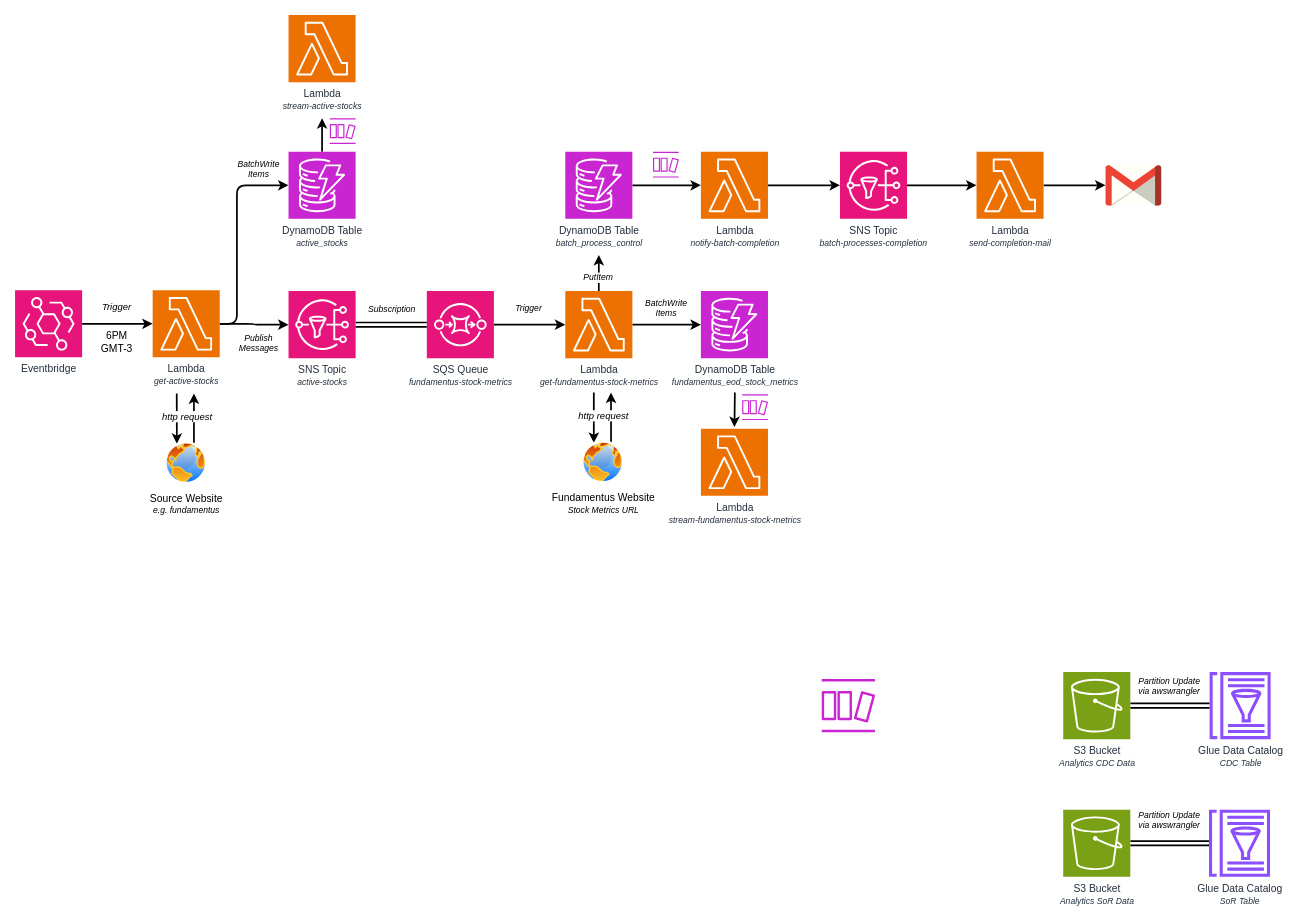
This is page "v2-clean" (2 of 3) of docs/architecture/architecture.drawio from ThiagoPanini/b3stocks, a draw.io file, before an edit. Source tidied: cells renumbered, new cells numbered last; positions are measured from the earlier drawing's top-left corner, leaving out a move shared by most shapes. Both pictures are drawn from the tidied source at 86%, with x=0, y=0 at pixel (15, 15).
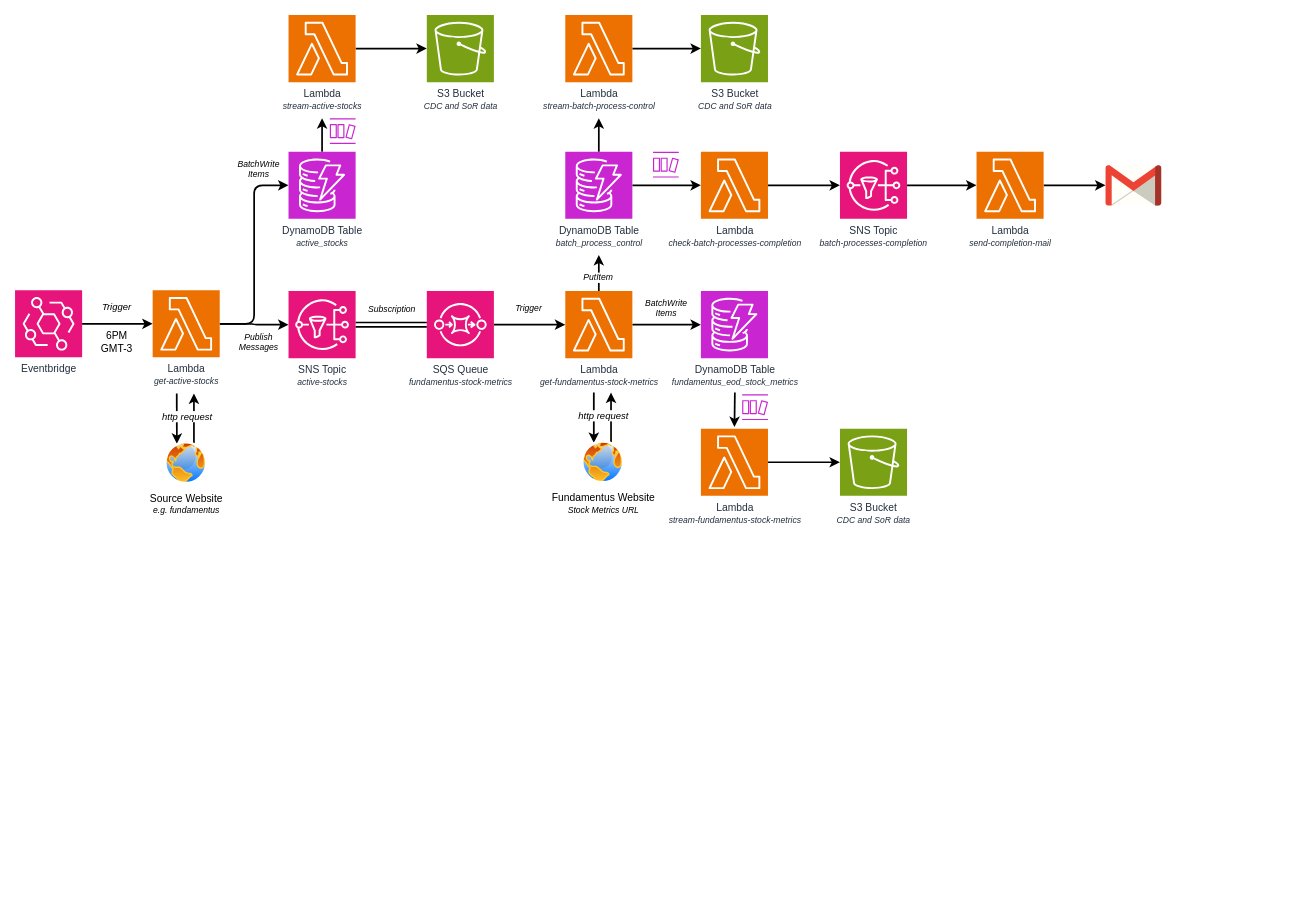
After the change.

Commit message (it also covers changes not shown here):
feat: starting the feature for checking batch processes completion

Unchanged cells that the change refers to:
```xml
<mxCell id="6" value="Lambda&lt;div&gt;&lt;i&gt;&lt;font style=&quot;font-size: 10px;&quot; face=&quot;Helvetica&quot;&gt;get-active-stocks&lt;/font&gt;&lt;/i&gt;&lt;/div&gt;" style="sketch=0;points=[[0,0,0],[0.25,0,0],[0.5,0,0],[0.75,0,0],[1,0,0],[0,1,0],[0.25,1,0],[0.5,1,0],[0.75,1,0],[1,1,0],[0,0.25,0],[0,0.5,0],[0,0.75,0],[1,0.25,0],[1,0.5,0],[1,0.75,0]];outlineConnect=0;fontColor=#232F3E;fillColor=#ED7100;strokeColor=#ffffff;dashed=0;verticalLabelPosition=bottom;verticalAlign=top;align=center;html=1;fontSize=12;fontStyle=0;shape=mxgraph.aws4.resourceIcon;resIcon=mxgraph.aws4.lambda;fontFamily=Itau Display;" parent="1" vertex="1">
  <mxGeometry x="160" y="320" width="78" height="78" as="geometry" />
</mxCell>
<mxCell id="9" value="&lt;font face=&quot;Itau Display&quot;&gt;DynamoDB Table&lt;/font&gt;&lt;div&gt;&lt;font style=&quot;font-size: 10px;&quot; face=&quot;Helvetica&quot;&gt;&lt;i style=&quot;&quot;&gt;active_stocks&lt;/i&gt;&lt;/font&gt;&lt;/div&gt;" style="points=[[0,0,0],[0.25,0,0],[0.5,0,0],[0.75,0,0],[1,0,0],[0,1,0],[0.25,1,0],[0.5,1,0],[0.75,1,0],[1,1,0],[0,0.25,0],[0,0.5,0],[0,0.75,0],[1,0.25,0],[1,0.5,0],[1,0.75,0]];outlineConnect=0;fontColor=#232F3E;fillColor=#C925D1;strokeColor=#ffffff;dashed=0;verticalLabelPosition=bottom;verticalAlign=top;align=center;html=1;fontSize=12;fontStyle=0;shape=mxgraph.aws4.resourceIcon;resIcon=mxgraph.aws4.dynamodb;fontFamily=Helvetica;labelBackgroundColor=none;" parent="1" vertex="1">
  <mxGeometry x="318" y="159" width="78" height="78" as="geometry" />
</mxCell>
<mxCell id="23" value="Lambda&lt;div&gt;&lt;font face=&quot;Helvetica&quot;&gt;&lt;span style=&quot;font-size: 10px;&quot;&gt;&lt;i&gt;stream-active-stocks&lt;/i&gt;&lt;/span&gt;&lt;/font&gt;&lt;/div&gt;" style="sketch=0;points=[[0,0,0],[0.25,0,0],[0.5,0,0],[0.75,0,0],[1,0,0],[0,1,0],[0.25,1,0],[0.5,1,0],[0.75,1,0],[1,1,0],[0,0.25,0],[0,0.5,0],[0,0.75,0],[1,0.25,0],[1,0.5,0],[1,0.75,0]];outlineConnect=0;fontColor=#232F3E;fillColor=#ED7100;strokeColor=#ffffff;dashed=0;verticalLabelPosition=bottom;verticalAlign=top;align=center;html=1;fontSize=12;fontStyle=0;shape=mxgraph.aws4.resourceIcon;resIcon=mxgraph.aws4.lambda;fontFamily=Itau Display;" parent="1" vertex="1">
  <mxGeometry x="318" width="78" height="78" as="geometry" />
</mxCell>
<mxCell id="25" value="Lambda&lt;div&gt;&lt;font face=&quot;Helvetica&quot;&gt;&lt;span style=&quot;font-size: 10px;&quot;&gt;&lt;i&gt;stream-fundamentus-stock-metrics&lt;/i&gt;&lt;/span&gt;&lt;/font&gt;&lt;/div&gt;" style="sketch=0;points=[[0,0,0],[0.25,0,0],[0.5,0,0],[0.75,0,0],[1,0,0],[0,1,0],[0.25,1,0],[0.5,1,0],[0.75,1,0],[1,1,0],[0,0.25,0],[0,0.5,0],[0,0.75,0],[1,0.25,0],[1,0.5,0],[1,0.75,0]];outlineConnect=0;fontColor=#232F3E;fillColor=#ED7100;strokeColor=#ffffff;dashed=0;verticalLabelPosition=bottom;verticalAlign=top;align=center;html=1;fontSize=12;fontStyle=0;shape=mxgraph.aws4.resourceIcon;resIcon=mxgraph.aws4.lambda;fontFamily=Itau Display;" parent="1" vertex="1">
  <mxGeometry x="797.5" y="481" width="78" height="78" as="geometry" />
</mxCell>
<mxCell id="37" value="&lt;font face=&quot;Itau Display&quot;&gt;DynamoDB Table&lt;/font&gt;&lt;div&gt;&lt;font style=&quot;font-size: 10px;&quot; face=&quot;Helvetica&quot;&gt;&lt;i style=&quot;&quot;&gt;batch_process_control&lt;/i&gt;&lt;/font&gt;&lt;/div&gt;" style="points=[[0,0,0],[0.25,0,0],[0.5,0,0],[0.75,0,0],[1,0,0],[0,1,0],[0.25,1,0],[0.5,1,0],[0.75,1,0],[1,1,0],[0,0.25,0],[0,0.5,0],[0,0.75,0],[1,0.25,0],[1,0.5,0],[1,0.75,0]];outlineConnect=0;fontColor=#232F3E;fillColor=#C925D1;strokeColor=#ffffff;dashed=0;verticalLabelPosition=bottom;verticalAlign=top;align=center;html=1;fontSize=12;fontStyle=0;shape=mxgraph.aws4.resourceIcon;resIcon=mxgraph.aws4.dynamodb;fontFamily=Helvetica;labelBackgroundColor=none;" parent="1" vertex="1">
  <mxGeometry x="639.8" y="159" width="78" height="78" as="geometry" />
</mxCell>
```

Diff of the diagram source:
```diff
@@
     <mxCell id="3" style="edgeStyle=orthogonalEdgeStyle;shape=connector;rounded=1;html=1;strokeColor=default;strokeWidth=2;align=center;verticalAlign=middle;fontFamily=Helvetica;fontSize=11;fontColor=default;labelBackgroundColor=default;endArrow=classic;" parent="1" edge="1" source="6" target="9">
       <mxGeometry relative="1" as="geometry">
         <Array as="points">
-          <mxPoint x="258" y="359" />
-          <mxPoint x="258" y="198" />
+          <mxPoint x="278" y="359" />
+          <mxPoint x="278" y="198" />
         </Array>
       </mxGeometry>
     </mxCell>
@@
+    <mxCell id="57" style="edgeStyle=orthogonalEdgeStyle;shape=connector;rounded=1;html=1;strokeColor=default;strokeWidth=2;align=center;verticalAlign=middle;fontFamily=Helvetica;fontSize=11;fontColor=default;labelBackgroundColor=default;endArrow=classic;" parent="1" edge="1" source="23" target="60">
+      <mxGeometry relative="1" as="geometry" />
+    </mxCell>
@@
+    <mxCell id="58" style="edgeStyle=orthogonalEdgeStyle;shape=connector;rounded=1;html=1;strokeColor=default;strokeWidth=2;align=center;verticalAlign=middle;fontFamily=Helvetica;fontSize=11;fontColor=default;labelBackgroundColor=default;endArrow=classic;" parent="1" edge="1" source="25" target="61">
+      <mxGeometry relative="1" as="geometry" />
+    </mxCell>
@@
+    <mxCell id="59" style="edgeStyle=orthogonalEdgeStyle;shape=connector;rounded=1;html=1;strokeColor=default;strokeWidth=2;align=center;verticalAlign=middle;fontFamily=Helvetica;fontSize=11;fontColor=default;labelBackgroundColor=default;endArrow=classic;" parent="1" edge="1" source="37">
+      <mxGeometry relative="1" as="geometry">
+        <mxPoint x="678.8" y="120" as="targetPoint" />
+      </mxGeometry>
+    </mxCell>
@@
-    <mxCell id="39" value="Lambda&lt;div&gt;&lt;i&gt;&lt;font style=&quot;font-size: 10px;&quot; face=&quot;Helvetica&quot;&gt;notify-batch-completion&lt;/font&gt;&lt;/i&gt;&lt;/div&gt;" style="sketch=0;points=[[0,0,0],[0.25,0,0],[0.5,0,0],[0.75,0,0],[1,0,0],[0,1,0],[0.25,1,0],[0.5,1,0],[0.75,1,0],[1,1,0],[0,0.25,0],[0,0.5,0],[0,0.75,0],[1,0.25,0],[1,0.5,0],[1,0.75,0]];outlineConnect=0;fontColor=#232F3E;fillColor=#ED7100;strokeColor=#ffffff;dashed=0;verticalLabelPosition=bottom;verticalAlign=top;align=center;html=1;fontSize=12;fontStyle=0;shape=mxgraph.aws4.resourceIcon;resIcon=mxgraph.aws4.lambda;fontFamily=Itau Display;" parent="1" vertex="1">
+    <mxCell id="39" value="Lambda&lt;div&gt;&lt;i&gt;&lt;font style=&quot;font-size: 10px;&quot; face=&quot;Helvetica&quot;&gt;check-batch-processes-completion&lt;/font&gt;&lt;/i&gt;&lt;/div&gt;" style="sketch=0;points=[[0,0,0],[0.25,0,0],[0.5,0,0],[0.75,0,0],[1,0,0],[0,1,0],[0.25,1,0],[0.5,1,0],[0.75,1,0],[1,1,0],[0,0.25,0],[0,0.5,0],[0,0.75,0],[1,0.25,0],[1,0.5,0],[1,0.75,0]];outlineConnect=0;fontColor=#232F3E;fillColor=#ED7100;strokeColor=#ffffff;dashed=0;verticalLabelPosition=bottom;verticalAlign=top;align=center;html=1;fontSize=12;fontStyle=0;shape=mxgraph.aws4.resourceIcon;resIcon=mxgraph.aws4.lambda;fontFamily=Itau Display;" parent="1" vertex="1">
       <mxGeometry x="797.5" y="159" width="78" height="78" as="geometry" />
     </mxCell>
@@
-    <mxCell id="47" style="edgeStyle=orthogonalEdgeStyle;shape=link;rounded=1;html=1;strokeColor=default;strokeWidth=2;align=center;verticalAlign=middle;fontFamily=Helvetica;fontSize=11;fontColor=default;labelBackgroundColor=default;endArrow=classic;" parent="1" edge="1" source="48" target="49">
-      <mxGeometry relative="1" as="geometry" />
-    </mxCell>
-    <mxCell id="48" value="&lt;font face=&quot;Itau Display&quot;&gt;S3 Bucket&lt;/font&gt;&lt;div&gt;&lt;span style=&quot;font-size: 10px;&quot;&gt;&lt;i&gt;Analytics CDC Data&lt;/i&gt;&lt;/span&gt;&lt;/div&gt;" style="points=[[0,0,0],[0.25,0,0],[0.5,0,0],[0.75,0,0],[1,0,0],[0,1,0],[0.25,1,0],[0.5,1,0],[0.75,1,0],[1,1,0],[0,0.25,0],[0,0.5,0],[0,0.75,0],[1,0.25,0],[1,0.5,0],[1,0.75,0]];outlineConnect=0;fontColor=#232F3E;fillColor=#7AA116;strokeColor=#ffffff;dashed=0;verticalLabelPosition=bottom;verticalAlign=top;align=center;html=1;fontSize=12;fontStyle=0;shape=mxgraph.aws4.resourceIcon;resIcon=mxgraph.aws4.s3;" parent="1" vertex="1">
-      <mxGeometry x="1218.8" y="764" width="78" height="78" as="geometry" />
-    </mxCell>
-    <mxCell id="49" value="&lt;font style=&quot;scrollbar-color: rgb(75, 75, 75) rgb(27, 29, 30);&quot; face=&quot;Itau Display&quot;&gt;Glue Data Catalog&lt;/font&gt;&lt;div style=&quot;scrollbar-color: rgb(75, 75, 75) rgb(27, 29, 30);&quot;&gt;&lt;font style=&quot;scrollbar-color: rgb(75, 75, 75) rgb(27, 29, 30); font-size: 10px;&quot; face=&quot;Helvetica&quot;&gt;&lt;i style=&quot;scrollbar-color: rgb(75, 75, 75) rgb(27, 29, 30);&quot;&gt;CDC Table&lt;/i&gt;&lt;/font&gt;&lt;/div&gt;" style="sketch=0;outlineConnect=0;fontColor=light-dark(#232F3E,#C0C0C0);gradientColor=none;fillColor=#8C4FFF;strokeColor=none;dashed=0;verticalLabelPosition=bottom;verticalAlign=top;align=center;html=1;fontSize=12;fontStyle=0;shape=mxgraph.aws4.glue_data_catalog;fontFamily=Helvetica;labelBackgroundColor=none;" parent="1" vertex="1">
-      <mxGeometry x="1388.5" y="764" width="72" height="78" as="geometry" />
-    </mxCell>
-    <mxCell id="50" style="edgeStyle=orthogonalEdgeStyle;shape=link;rounded=1;html=1;strokeColor=default;strokeWidth=2;align=center;verticalAlign=middle;fontFamily=Helvetica;fontSize=11;fontColor=default;labelBackgroundColor=default;endArrow=classic;" parent="1" edge="1" source="51" target="52">
-      <mxGeometry relative="1" as="geometry" />
-    </mxCell>
-    <mxCell id="51" value="&lt;font face=&quot;Itau Display&quot;&gt;S3 Bucket&lt;/font&gt;&lt;div&gt;&lt;font style=&quot;font-size: 10px;&quot; face=&quot;Helvetica&quot;&gt;&lt;i&gt;Analytics SoR Data&lt;/i&gt;&lt;/font&gt;&lt;/div&gt;" style="points=[[0,0,0],[0.25,0,0],[0.5,0,0],[0.75,0,0],[1,0,0],[0,1,0],[0.25,1,0],[0.5,1,0],[0.75,1,0],[1,1,0],[0,0.25,0],[0,0.5,0],[0,0.75,0],[1,0.25,0],[1,0.5,0],[1,0.75,0]];outlineConnect=0;fontColor=#232F3E;fillColor=#7AA116;strokeColor=#ffffff;dashed=0;verticalLabelPosition=bottom;verticalAlign=top;align=center;html=1;fontSize=12;fontStyle=0;shape=mxgraph.aws4.resourceIcon;resIcon=mxgraph.aws4.s3;" parent="1" vertex="1">
-      <mxGeometry x="1218.8" y="924" width="78" height="78" as="geometry" />
-    </mxCell>
-    <mxCell id="52" value="&lt;font style=&quot;scrollbar-color: rgb(75, 75, 75) rgb(27, 29, 30);&quot; face=&quot;Itau Display&quot;&gt;Glue Data Catalog&lt;/font&gt;&lt;div style=&quot;scrollbar-color: rgb(75, 75, 75) rgb(27, 29, 30);&quot;&gt;&lt;font style=&quot;scrollbar-color: rgb(75, 75, 75) rgb(27, 29, 30); font-size: 10px;&quot; face=&quot;Helvetica&quot;&gt;&lt;i style=&quot;scrollbar-color: rgb(75, 75, 75) rgb(27, 29, 30);&quot;&gt;SoR Table&lt;/i&gt;&lt;/font&gt;&lt;/div&gt;" style="sketch=0;outlineConnect=0;fontColor=light-dark(#232F3E,#C0C0C0);gradientColor=none;fillColor=#8C4FFF;strokeColor=none;dashed=0;verticalLabelPosition=bottom;verticalAlign=top;align=center;html=1;fontSize=12;fontStyle=0;shape=mxgraph.aws4.glue_data_catalog;fontFamily=Helvetica;labelBackgroundColor=none;" parent="1" vertex="1">
-      <mxGeometry x="1387.8" y="924" width="72" height="78" as="geometry" />
-    </mxCell>
-    <mxCell id="53" value="&lt;i&gt;Partition Update&lt;/i&gt;&lt;div&gt;&lt;i&gt;via awswrangler&lt;/i&gt;&lt;/div&gt;" style="text;html=1;align=center;verticalAlign=middle;strokeColor=none;fillColor=none;fontFamily=Helvetica;fontSize=10;fontColor=default;labelBackgroundColor=none;" parent="1" vertex="1">
-      <mxGeometry x="1292" y="916" width="100" height="40" as="geometry" />
-    </mxCell>
-    <mxCell id="54" value="&lt;i&gt;Partition Update&lt;/i&gt;&lt;div&gt;&lt;i&gt;via awswrangler&lt;/i&gt;&lt;/div&gt;" style="text;html=1;align=center;verticalAlign=middle;strokeColor=none;fillColor=none;fontFamily=Helvetica;fontSize=10;fontColor=default;labelBackgroundColor=none;" parent="1" vertex="1">
-      <mxGeometry x="1291.5" y="760" width="100" height="40" as="geometry" />
-    </mxCell>
-    <mxCell id="55" style="sketch=0;fontColor=#232F3E;gradientColor=none;fillColor=#C925D1;strokeColor=none;dashed=0;verticalLabelPosition=bottom;verticalAlign=top;align=center;html=1;fontSize=12;fontStyle=0;shape=mxgraph.aws4.dynamodb_stream;fontFamily=Helvetica;labelBackgroundColor=default;" parent="1" vertex="1">
-      <mxGeometry x="938" y="772" width="62" height="62" as="geometry" />
-    </mxCell>
     <mxCell id="56" value="&lt;i&gt;Publish&lt;/i&gt;&lt;div&gt;&lt;i&gt;Messages&lt;/i&gt;&lt;/div&gt;" style="text;html=1;align=center;verticalAlign=middle;strokeColor=none;fillColor=none;fontFamily=Helvetica;fontSize=10;fontColor=default;labelBackgroundColor=none;" parent="1" vertex="1">
-      <mxGeometry x="248" y="361" width="70" height="40" as="geometry" />
+      <mxGeometry x="248" y="360" width="70" height="40" as="geometry" />
     </mxCell>
+    <mxCell id="60" value="&lt;font face=&quot;Itau Display&quot;&gt;S3 Bucket&lt;/font&gt;&lt;div&gt;&lt;span style=&quot;font-size: 10px;&quot;&gt;&lt;i&gt;CDC and SoR data&lt;/i&gt;&lt;/span&gt;&lt;/div&gt;" style="points=[[0,0,0],[0.25,0,0],[0.5,0,0],[0.75,0,0],[1,0,0],[0,1,0],[0.25,1,0],[0.5,1,0],[0.75,1,0],[1,1,0],[0,0.25,0],[0,0.5,0],[0,0.75,0],[1,0.25,0],[1,0.5,0],[1,0.75,0]];outlineConnect=0;fontColor=#232F3E;fillColor=#7AA116;strokeColor=#ffffff;dashed=0;verticalLabelPosition=bottom;verticalAlign=top;align=center;html=1;fontSize=12;fontStyle=0;shape=mxgraph.aws4.resourceIcon;resIcon=mxgraph.aws4.s3;" parent="1" vertex="1">
+      <mxGeometry x="478.8" width="78" height="78" as="geometry" />
+    </mxCell>
+    <mxCell id="61" value="&lt;font face=&quot;Itau Display&quot;&gt;S3 Bucket&lt;/font&gt;&lt;div&gt;&lt;span style=&quot;font-size: 10px;&quot;&gt;&lt;i&gt;CDC and SoR data&lt;/i&gt;&lt;/span&gt;&lt;/div&gt;" style="points=[[0,0,0],[0.25,0,0],[0.5,0,0],[0.75,0,0],[1,0,0],[0,1,0],[0.25,1,0],[0.5,1,0],[0.75,1,0],[1,1,0],[0,0.25,0],[0,0.5,0],[0,0.75,0],[1,0.25,0],[1,0.5,0],[1,0.75,0]];outlineConnect=0;fontColor=#232F3E;fillColor=#7AA116;strokeColor=#ffffff;dashed=0;verticalLabelPosition=bottom;verticalAlign=top;align=center;html=1;fontSize=12;fontStyle=0;shape=mxgraph.aws4.resourceIcon;resIcon=mxgraph.aws4.s3;" parent="1" vertex="1">
+      <mxGeometry x="959.2" y="481" width="78" height="78" as="geometry" />
+    </mxCell>
+    <mxCell id="62" style="edgeStyle=orthogonalEdgeStyle;shape=connector;rounded=1;html=1;strokeColor=default;strokeWidth=2;align=center;verticalAlign=middle;fontFamily=Helvetica;fontSize=11;fontColor=default;labelBackgroundColor=default;endArrow=classic;" parent="1" edge="1" source="63" target="64">
+      <mxGeometry relative="1" as="geometry" />
+    </mxCell>
+    <mxCell id="63" value="Lambda&lt;div&gt;&lt;font face=&quot;Helvetica&quot;&gt;&lt;span style=&quot;font-size: 10px;&quot;&gt;&lt;i&gt;stream-batch-process-control&lt;/i&gt;&lt;/span&gt;&lt;/font&gt;&lt;/div&gt;" style="sketch=0;points=[[0,0,0],[0.25,0,0],[0.5,0,0],[0.75,0,0],[1,0,0],[0,1,0],[0.25,1,0],[0.5,1,0],[0.75,1,0],[1,1,0],[0,0.25,0],[0,0.5,0],[0,0.75,0],[1,0.25,0],[1,0.5,0],[1,0.75,0]];outlineConnect=0;fontColor=#232F3E;fillColor=#ED7100;strokeColor=#ffffff;dashed=0;verticalLabelPosition=bottom;verticalAlign=top;align=center;html=1;fontSize=12;fontStyle=0;shape=mxgraph.aws4.resourceIcon;resIcon=mxgraph.aws4.lambda;fontFamily=Itau Display;" parent="1" vertex="1">
+      <mxGeometry x="639.8" width="78" height="78" as="geometry" />
+    </mxCell>
+    <mxCell id="64" value="&lt;font face=&quot;Itau Display&quot;&gt;S3 Bucket&lt;/font&gt;&lt;div&gt;&lt;span style=&quot;font-size: 10px;&quot;&gt;&lt;i&gt;CDC and SoR data&lt;/i&gt;&lt;/span&gt;&lt;/div&gt;" style="points=[[0,0,0],[0.25,0,0],[0.5,0,0],[0.75,0,0],[1,0,0],[0,1,0],[0.25,1,0],[0.5,1,0],[0.75,1,0],[1,1,0],[0,0.25,0],[0,0.5,0],[0,0.75,0],[1,0.25,0],[1,0.5,0],[1,0.75,0]];outlineConnect=0;fontColor=#232F3E;fillColor=#7AA116;strokeColor=#ffffff;dashed=0;verticalLabelPosition=bottom;verticalAlign=top;align=center;html=1;fontSize=12;fontStyle=0;shape=mxgraph.aws4.resourceIcon;resIcon=mxgraph.aws4.s3;" parent="1" vertex="1">
+      <mxGeometry x="797.5" width="78" height="78" as="geometry" />
+    </mxCell>
```
